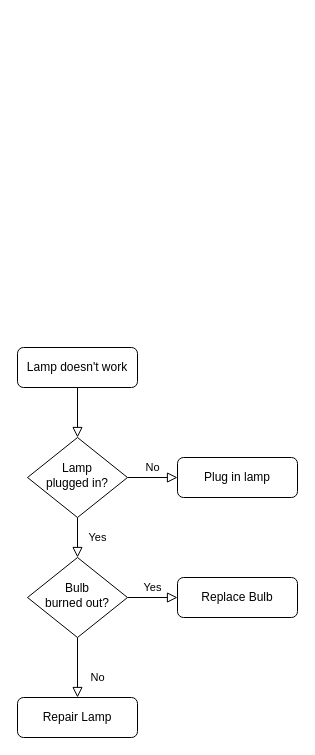
AruGarcia/python-exercises keeps this draw.io diagram as DevPro/Diagrama sem nome.drawio. Above is the earlier version. Source tidied: cells renumbered, new cells numbered last; positions are measured from the earlier drawing's top-left corner, leaving out a move shared by most shapes. Both pictures are drawn from the tidied source at 100%, with x=0, y=0 at pixel (17, 347).
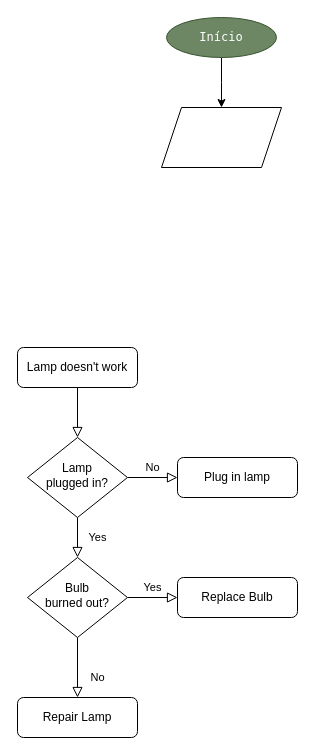
The same diagram, later.

Diff of the diagram source:
```diff
@@
 <mxGraphModel>
   <root>
     <mxCell id="0" />
     <mxCell id="1" parent="0" />
     <mxCell id="2" style="rounded=0;html=1;jettySize=auto;fontSize=11;endArrow=block;endFill=0;endSize=8;strokeWidth=1;shadow=0;labelBackgroundColor=none;edgeStyle=orthogonalEdgeStyle;" parent="1" edge="1" source="3" target="6">
       <mxGeometry relative="1" as="geometry" />
     </mxCell>
     <mxCell id="3" value="Lamp doesn't work" style="rounded=1;whiteSpace=wrap;html=1;fontSize=12;glass=0;strokeWidth=1;shadow=0;" parent="1" vertex="1">
       <mxGeometry width="120" height="40" as="geometry" />
     </mxCell>
     <mxCell id="4" value="Yes" style="rounded=0;html=1;jettySize=auto;fontSize=11;endArrow=block;endFill=0;endSize=8;strokeWidth=1;shadow=0;labelBackgroundColor=none;edgeStyle=orthogonalEdgeStyle;" parent="1" edge="1" source="6" target="10">
       <mxGeometry y="20" relative="1" as="geometry" />
     </mxCell>
     <mxCell id="5" value="No" style="edgeStyle=orthogonalEdgeStyle;rounded=0;html=1;jettySize=auto;fontSize=11;endArrow=block;endFill=0;endSize=8;strokeWidth=1;shadow=0;labelBackgroundColor=none;" parent="1" edge="1" source="6" target="7">
       <mxGeometry y="10" relative="1" as="geometry" />
     </mxCell>
     <mxCell id="6" value="Lamp&lt;br&gt;plugged in?" style="rhombus;whiteSpace=wrap;html=1;shadow=0;fontFamily=Helvetica;fontSize=12;align=center;strokeWidth=1;spacing=6;spacingTop=-4;" parent="1" vertex="1">
       <mxGeometry x="10" y="90" width="100" height="80" as="geometry" />
     </mxCell>
     <mxCell id="7" value="Plug in lamp" style="rounded=1;whiteSpace=wrap;html=1;fontSize=12;glass=0;strokeWidth=1;shadow=0;" parent="1" vertex="1">
       <mxGeometry x="160" y="110" width="120" height="40" as="geometry" />
     </mxCell>
     <mxCell id="8" value="No" style="rounded=0;html=1;jettySize=auto;fontSize=11;endArrow=block;endFill=0;endSize=8;strokeWidth=1;shadow=0;labelBackgroundColor=none;edgeStyle=orthogonalEdgeStyle;" parent="1" edge="1" source="10" target="11">
       <mxGeometry x="0.33" y="20" relative="1" as="geometry" />
     </mxCell>
     <mxCell id="9" value="Yes" style="edgeStyle=orthogonalEdgeStyle;rounded=0;html=1;jettySize=auto;fontSize=11;endArrow=block;endFill=0;endSize=8;strokeWidth=1;shadow=0;labelBackgroundColor=none;" parent="1" edge="1" source="10" target="12">
       <mxGeometry y="10" relative="1" as="geometry" />
     </mxCell>
     <mxCell id="10" value="Bulb&lt;br&gt;burned out?" style="rhombus;whiteSpace=wrap;html=1;shadow=0;fontFamily=Helvetica;fontSize=12;align=center;strokeWidth=1;spacing=6;spacingTop=-4;" parent="1" vertex="1">
       <mxGeometry x="10" y="210" width="100" height="80" as="geometry" />
     </mxCell>
     <mxCell id="11" value="Repair Lamp" style="rounded=1;whiteSpace=wrap;html=1;fontSize=12;glass=0;strokeWidth=1;shadow=0;" parent="1" vertex="1">
       <mxGeometry y="350" width="120" height="40" as="geometry" />
     </mxCell>
     <mxCell id="12" value="Replace Bulb" style="rounded=1;whiteSpace=wrap;html=1;fontSize=12;glass=0;strokeWidth=1;shadow=0;" parent="1" vertex="1">
       <mxGeometry x="160" y="230" width="120" height="40" as="geometry" />
     </mxCell>
+    <mxCell id="13" style="edgeStyle=orthogonalEdgeStyle;rounded=0;jettySize=auto;html=1;fontFamily=Lucida Console;" parent="1" edge="1" source="14">
+      <mxGeometry relative="1" as="geometry">
+        <mxPoint x="204" y="-240" as="targetPoint" />
+      </mxGeometry>
+    </mxCell>
+    <mxCell id="14" value="&lt;font face=&quot;Lucida Console&quot;&gt;Início&lt;/font&gt;" style="ellipse;whiteSpace=wrap;html=1;fillColor=#6d8764;strokeColor=#3A5431;fontColor=#ffffff;" parent="1" vertex="1">
+      <mxGeometry x="149" y="-330" width="110" height="40" as="geometry" />
+    </mxCell>
+    <mxCell id="15" style="shape=parallelogram;perimeter=parallelogramPerimeter;whiteSpace=wrap;html=1;fixedSize=1;fontFamily=Lucida Console;" parent="1" vertex="1">
+      <mxGeometry x="144" y="-240" width="120" height="60" as="geometry" />
+    </mxCell>
   </root>
 </mxGraphModel>
```
